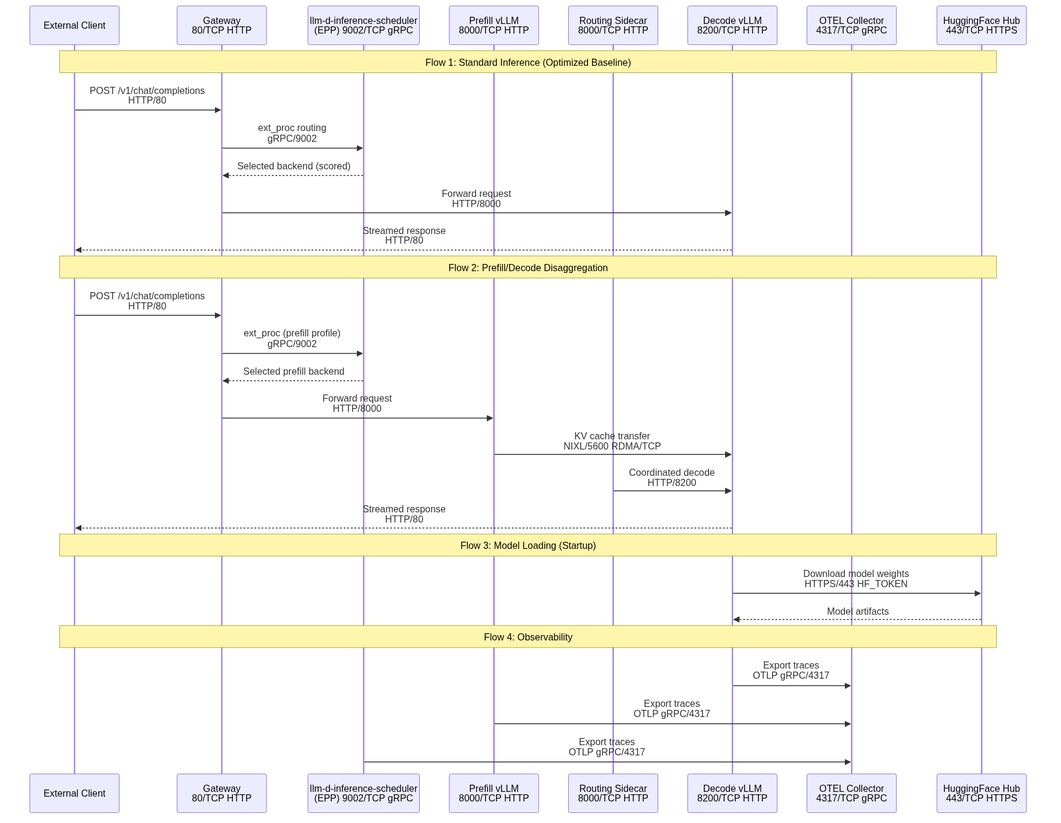
Earlier version of the Mermaid export architecture/rhoai.next/diagrams/llm-d-dataflow.png (rhuss/architecture-context). Its source is kept beside it as architecture/rhoai.next/diagrams/llm-d-dataflow.mmd.
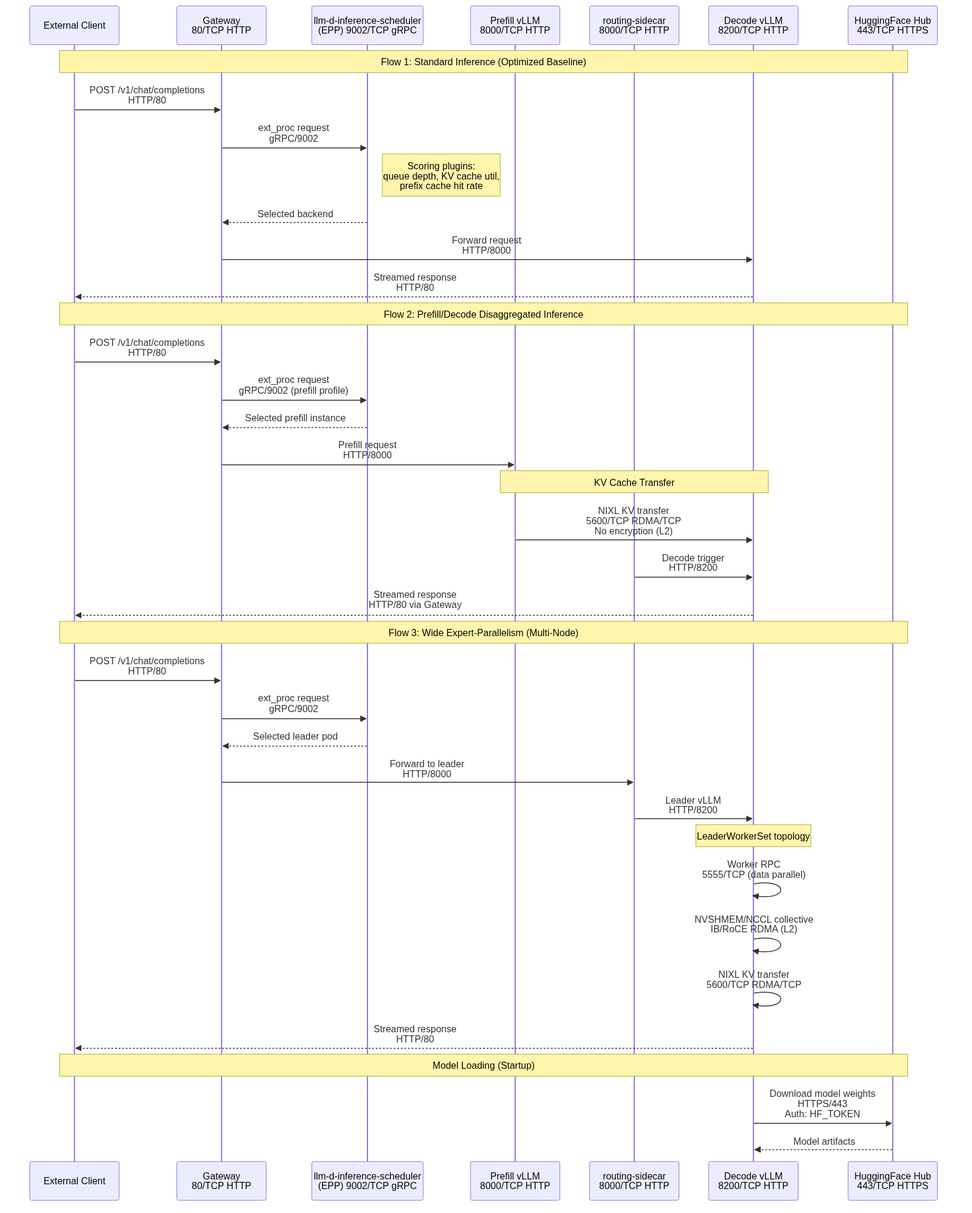
Later version of the same file.

What changed in the source:
```diff
@@ -2,33 +2,41 @@
     participant Client as External Client
     participant GW as Gateway<br/>80/TCP HTTP
     participant EPP as llm-d-inference-scheduler<br/>(EPP) 9002/TCP gRPC
-    participant PrefillVLLM as Prefill vLLM<br/>8000/TCP HTTP
-    participant DecodeSidecar as Routing Sidecar<br/>8000/TCP HTTP
-    participant DecodeVLLM as Decode vLLM<br/>8200/TCP HTTP
-    participant OTEL as OTEL Collector<br/>4317/TCP gRPC
+    participant Prefill as Prefill vLLM<br/>8000/TCP HTTP
+    participant Sidecar as routing-sidecar<br/>8000/TCP HTTP
+    participant Decode as Decode vLLM<br/>8200/TCP HTTP
     participant HF as HuggingFace Hub<br/>443/TCP HTTPS
 
-    Note over Client,HF: Flow 1: Standard Inference (Optimized Baseline)
+    Note over Client, HF: Flow 1: Standard Inference (Optimized Baseline)
     Client->>GW: POST /v1/chat/completions<br/>HTTP/80
-    GW->>EPP: ext_proc routing<br/>gRPC/9002
-    EPP-->>GW: Selected backend (scored)
-    GW->>DecodeVLLM: Forward request<br/>HTTP/8000
-    DecodeVLLM-->>Client: Streamed response<br/>HTTP/80
+    GW->>EPP: ext_proc request<br/>gRPC/9002
+    Note right of EPP: Scoring plugins:<br/>queue depth, KV cache util,<br/>prefix cache hit rate
+    EPP-->>GW: Selected backend
+    GW->>Decode: Forward request<br/>HTTP/8000
+    Decode-->>Client: Streamed response<br/>HTTP/80
 
-    Note over Client,HF: Flow 2: Prefill/Decode Disaggregation
+    Note over Client, HF: Flow 2: Prefill/Decode Disaggregated Inference
     Client->>GW: POST /v1/chat/completions<br/>HTTP/80
-    GW->>EPP: ext_proc (prefill profile)<br/>gRPC/9002
-    EPP-->>GW: Selected prefill backend
-    GW->>PrefillVLLM: Forward request<br/>HTTP/8000
-    PrefillVLLM->>DecodeVLLM: KV cache transfer<br/>NIXL/5600 RDMA/TCP
-    DecodeSidecar->>DecodeVLLM: Coordinated decode<br/>HTTP/8200
-    DecodeVLLM-->>Client: Streamed response<br/>HTTP/80
+    GW->>EPP: ext_proc request<br/>gRPC/9002 (prefill profile)
+    EPP-->>GW: Selected prefill instance
+    GW->>Prefill: Prefill request<br/>HTTP/8000
+    Note over Prefill, Decode: KV Cache Transfer
+    Prefill->>Decode: NIXL KV transfer<br/>5600/TCP RDMA/TCP<br/>No encryption (L2)
+    Sidecar->>Decode: Decode trigger<br/>HTTP/8200
+    Decode-->>Client: Streamed response<br/>HTTP/80 via Gateway
 
-    Note over Client,HF: Flow 3: Model Loading (Startup)
-    DecodeVLLM->>HF: Download model weights<br/>HTTPS/443 HF_TOKEN
-    HF-->>DecodeVLLM: Model artifacts
+    Note over Client, HF: Flow 3: Wide Expert-Parallelism (Multi-Node)
+    Client->>GW: POST /v1/chat/completions<br/>HTTP/80
+    GW->>EPP: ext_proc request<br/>gRPC/9002
+    EPP-->>GW: Selected leader pod
+    GW->>Sidecar: Forward to leader<br/>HTTP/8000
+    Sidecar->>Decode: Leader vLLM<br/>HTTP/8200
+    Note over Decode: LeaderWorkerSet topology
+    Decode->>Decode: Worker RPC<br/>5555/TCP (data parallel)
+    Decode->>Decode: NVSHMEM/NCCL collective<br/>IB/RoCE RDMA (L2)
+    Decode->>Decode: NIXL KV transfer<br/>5600/TCP RDMA/TCP
+    Decode-->>Client: Streamed response<br/>HTTP/80
 
-    Note over Client,HF: Flow 4: Observability
-    DecodeVLLM->>OTEL: Export traces<br/>OTLP gRPC/4317
-    PrefillVLLM->>OTEL: Export traces<br/>OTLP gRPC/4317
-    EPP->>OTEL: Export traces<br/>OTLP gRPC/4317
+    Note over Client, HF: Model Loading (Startup)
+    Decode->>HF: Download model weights<br/>HTTPS/443<br/>Auth: HF_TOKEN
+    HF-->>Decode: Model artifacts
```
